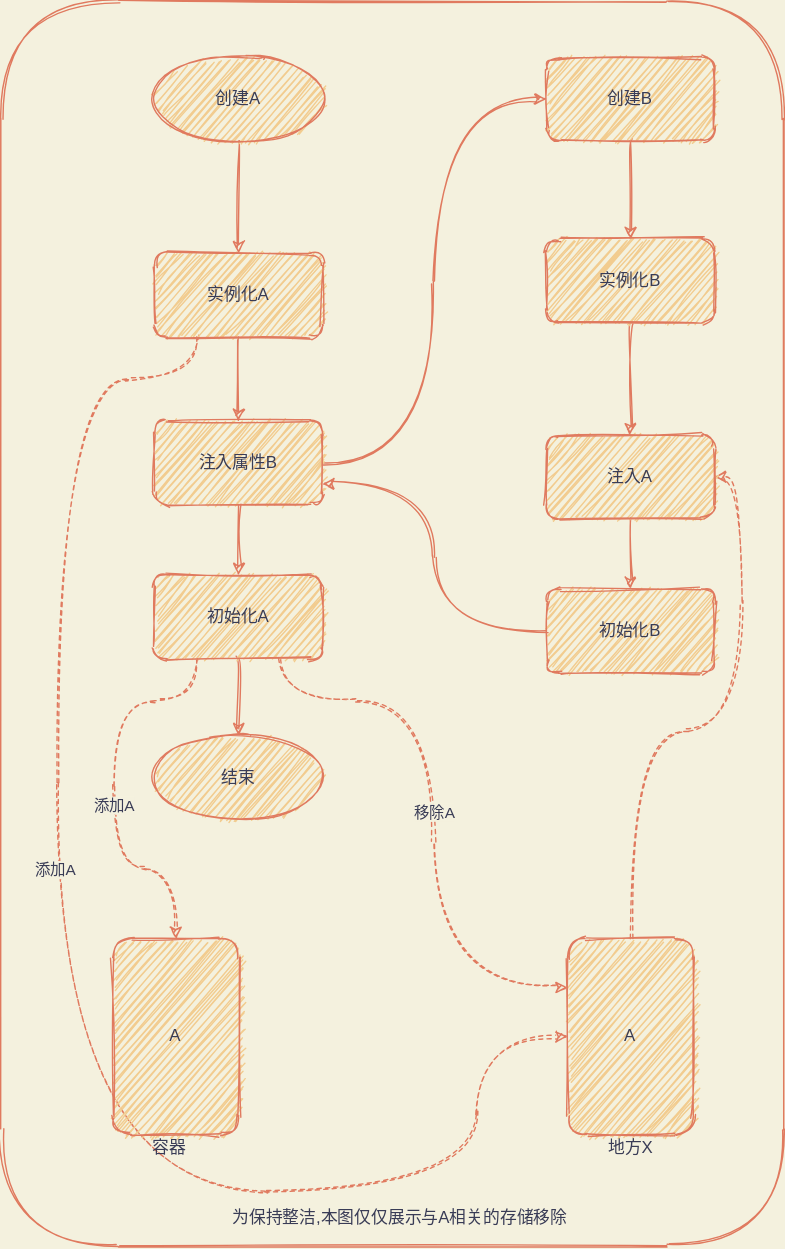
alonWang/alonWang.github.io keeps this draw.io diagram as article/Spring/img/Spring-cycle-reference.svg. Above is the earlier version. Source tidied: cells renumbered, new cells last; positions are measured from the earlier drawing's top-left corner, leaving out a move shared by most shapes.
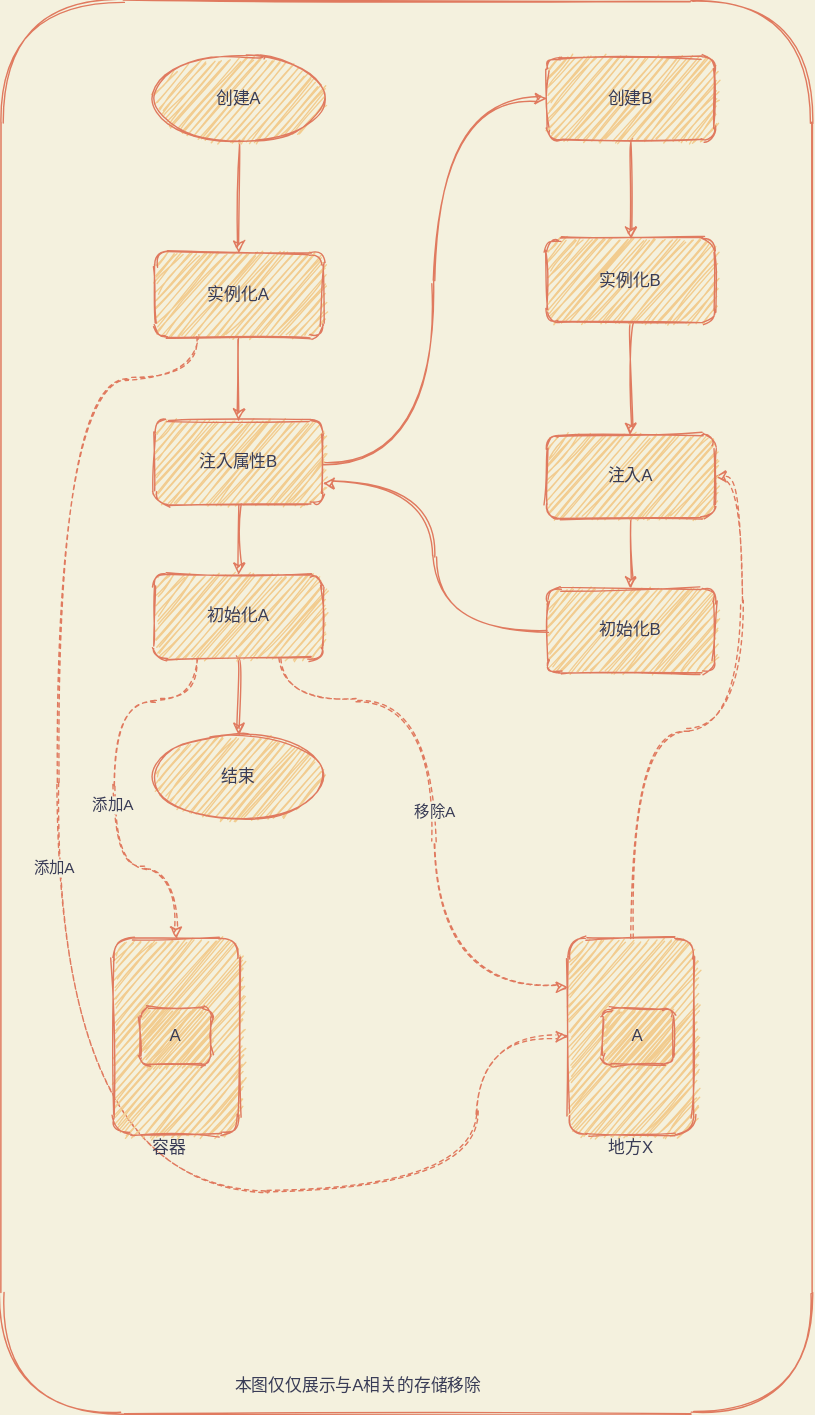
Above is the later version.

Diff of the diagram source:
```diff
@@ -3,8 +3,17 @@
     <mxCell id="0" />
     <mxCell id="1" parent="0" />
     <mxCell id="2" style="whiteSpace=wrap;html=1;align=center;strokeColor=#E07A5F;fontColor=#393C56;fillColor=none;sketch=1;rounded=1;" parent="1" vertex="1">
-      <mxGeometry width="560" height="890" as="geometry" />
+      <mxGeometry width="580" height="1010" as="geometry" />
     </mxCell>
+    <mxCell id="16" style="whiteSpace=wrap;html=1;strokeColor=#E07A5F;fillColor=#F2CC8F;fontColor=#393C56;sketch=1;rounded=1;" parent="2" vertex="1">
+      <mxGeometry x="405" y="670" width="90" height="140" as="geometry" />
+    </mxCell>
+    <mxCell id="33" value="A" style="rounded=1;whiteSpace=wrap;html=1;sketch=1;strokeColor=#E07A5F;fillColor=#F2CC8F;fontColor=#393C56;" parent="2" vertex="1">
+      <mxGeometry x="430" y="720" width="50" height="40" as="geometry" />
+    </mxCell>
+    <mxCell id="32" value="本图仅仅展示与A相关的存储移除" style="text;html=1;align=center;verticalAlign=middle;fontColor=#393C56;sketch=1;rounded=1;" parent="2" vertex="1">
+      <mxGeometry x="160" y="980" width="190" height="20" as="geometry" />
+    </mxCell>
     <mxCell id="3" value="内容" parent="0" />
     <mxCell id="4" style="edgeStyle=orthogonalEdgeStyle;jettySize=auto;html=1;strokeColor=#E07A5F;fillColor=#F2CC8F;fontColor=#393C56;entryX=0.5;entryY=0;entryDx=0;entryDy=0;labelBackgroundColor=#F4F1DE;sketch=1;curved=1;" parent="3" edge="1" source="5" target="9">
       <mxGeometry relative="1" as="geometry" />
@@ -50,9 +59,6 @@
     <mxCell id="15" style="edgeStyle=orthogonalEdgeStyle;jettySize=auto;html=1;exitX=0.5;exitY=0;exitDx=0;exitDy=0;entryX=1;entryY=0.5;entryDx=0;entryDy=0;dashed=1;strokeColor=#E07A5F;fillColor=#F2CC8F;fontColor=#393C56;labelBackgroundColor=#F4F1DE;sketch=1;curved=1;" parent="3" edge="1" source="16" target="20">
       <mxGeometry relative="1" as="geometry" />
     </mxCell>
-    <mxCell id="16" value="A" style="whiteSpace=wrap;html=1;strokeColor=#E07A5F;fillColor=#F2CC8F;fontColor=#393C56;sketch=1;rounded=1;" parent="3" vertex="1">
-      <mxGeometry x="405" y="670" width="90" height="140" as="geometry" />
-    </mxCell>
     <mxCell id="17" style="edgeStyle=orthogonalEdgeStyle;jettySize=auto;html=1;strokeColor=#E07A5F;fillColor=#F2CC8F;fontColor=#393C56;labelBackgroundColor=#F4F1DE;sketch=1;curved=1;" parent="3" edge="1" source="18">
       <mxGeometry relative="1" as="geometry">
         <mxPoint x="450" y="310" as="targetPoint" />
@@ -104,7 +110,7 @@
     <mxCell id="28" value="结束" style="ellipse;whiteSpace=wrap;html=1;strokeColor=#E07A5F;fontColor=#393C56;shadow=0;fillStyle=hachure;fillColor=#F2CC8F;sketch=1;rounded=1;" parent="3" vertex="1">
       <mxGeometry x="110" y="524.5" width="120" height="60" as="geometry" />
     </mxCell>
-    <mxCell id="29" value="A" style="whiteSpace=wrap;html=1;strokeColor=#E07A5F;fillColor=#F2CC8F;fontColor=#393C56;sketch=1;rounded=1;" parent="3" vertex="1">
+    <mxCell id="29" style="whiteSpace=wrap;html=1;strokeColor=#E07A5F;fillColor=#F2CC8F;fontColor=#393C56;sketch=1;rounded=1;" parent="3" vertex="1">
       <mxGeometry x="80" y="670" width="90" height="140" as="geometry" />
     </mxCell>
     <mxCell id="30" value="容器" style="text;html=1;align=center;verticalAlign=middle;fontColor=#393C56;sketch=1;rounded=1;" parent="3" vertex="1">
@@ -113,8 +119,8 @@
     <mxCell id="31" value="地方X" style="text;html=1;align=center;verticalAlign=middle;fontColor=#393C56;sketch=1;rounded=1;" parent="3" vertex="1">
       <mxGeometry x="425" y="810" width="50" height="20" as="geometry" />
     </mxCell>
-    <mxCell id="32" value="为保持整洁,本图仅仅展示与A相关的存储移除" style="text;html=1;align=center;verticalAlign=middle;fontColor=#393C56;sketch=1;rounded=1;" parent="3" vertex="1">
-      <mxGeometry x="160" y="860" width="250" height="20" as="geometry" />
-    </mxCell>
+    <mxCell id="34" value="A" style="rounded=1;whiteSpace=wrap;html=1;sketch=1;strokeColor=#E07A5F;fillColor=#F2CC8F;fontColor=#393C56;" parent="3" vertex="1">
+      <mxGeometry x="100" y="720" width="50" height="40" as="geometry" />
+    </mxCell>
   </root>
 </mxGraphModel>
```
